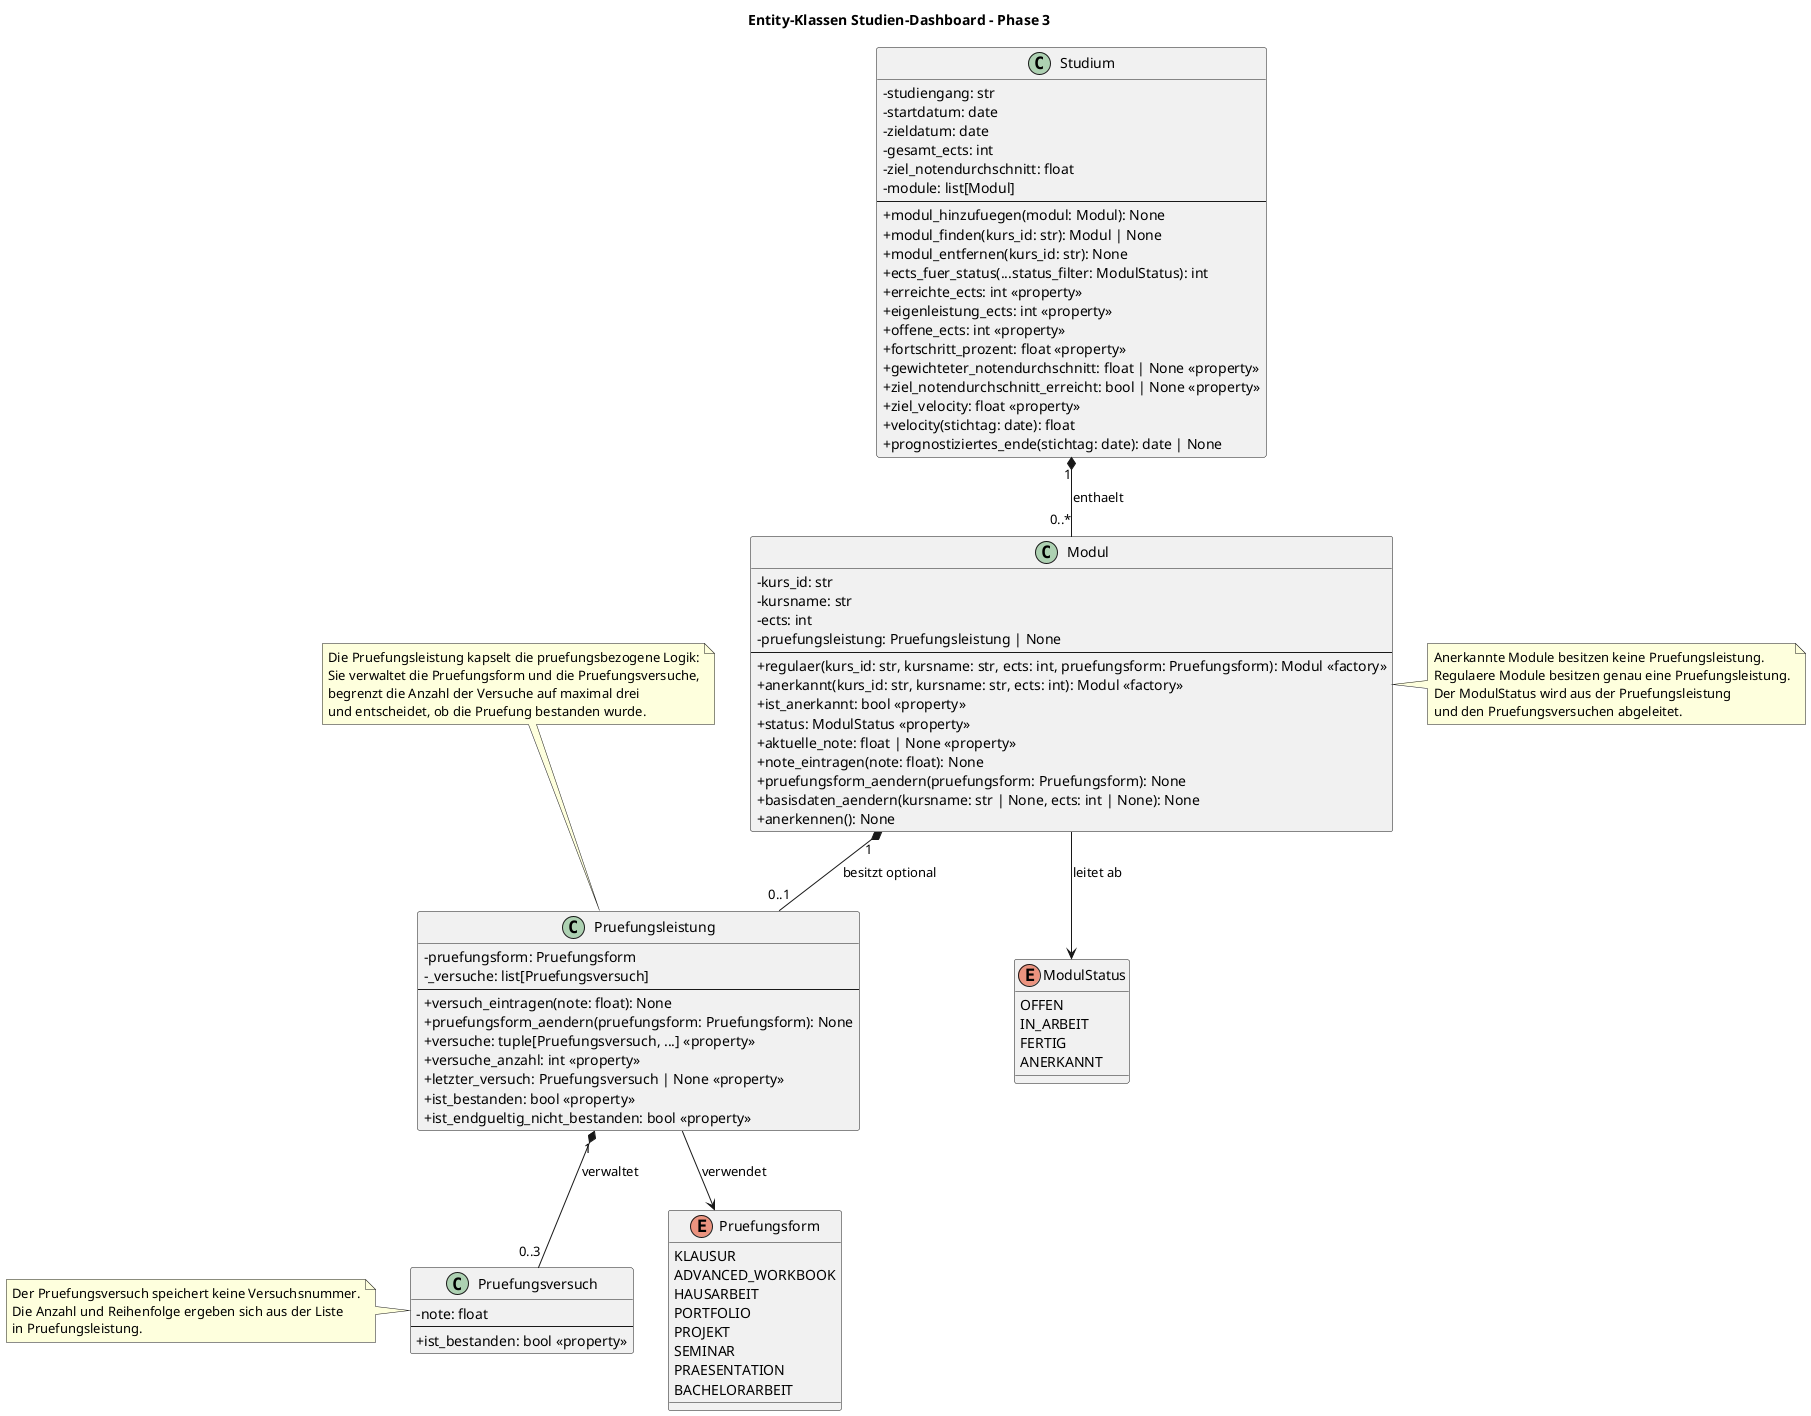
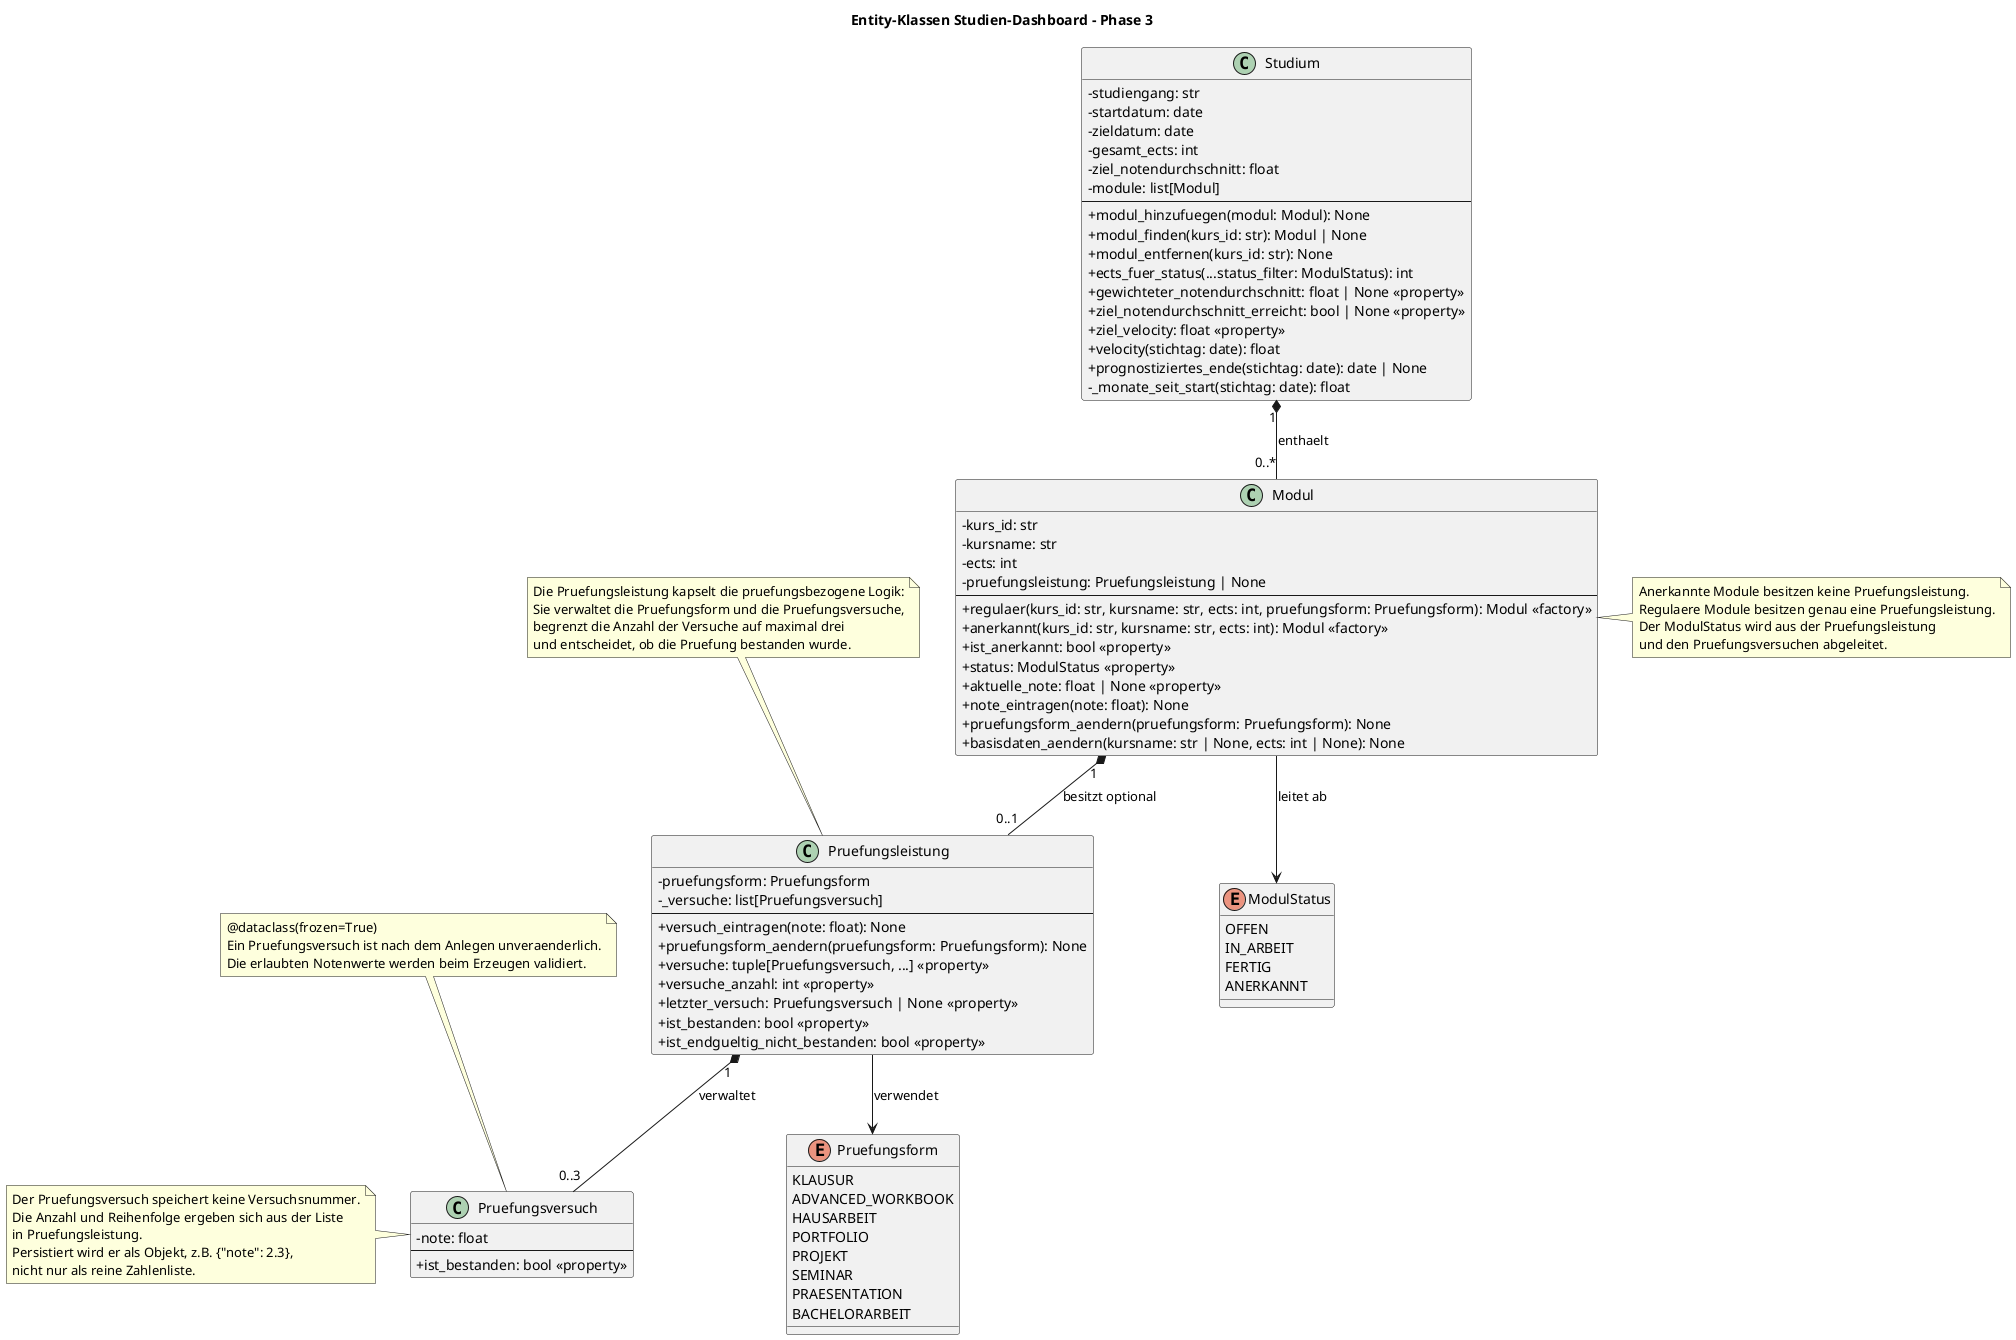
@startuml
skinparam classAttributeIconSize 0

title Entity-Klassen Studien-Dashboard - Phase 3

class Studium {
  - studiengang: str
  - startdatum: date
  - zieldatum: date
  - gesamt_ects: int
  - ziel_notendurchschnitt: float
  - module: list[Modul]
  --
  + modul_hinzufuegen(modul: Modul): None
  + modul_finden(kurs_id: str): Modul | None
  + modul_entfernen(kurs_id: str): None
  + ects_fuer_status(...status_filter: ModulStatus): int
-   + erreichte_ects: int <<property>>
-   + eigenleistung_ects: int <<property>>
-   + offene_ects: int <<property>>
-   + fortschritt_prozent: float <<property>>
  + gewichteter_notendurchschnitt: float | None <<property>>
  + ziel_notendurchschnitt_erreicht: bool | None <<property>>
  + ziel_velocity: float <<property>>
  + velocity(stichtag: date): float
  + prognostiziertes_ende(stichtag: date): date | None
+   - _monate_seit_start(stichtag: date): float
}

class Modul {
  - kurs_id: str
  - kursname: str
  - ects: int
  - pruefungsleistung: Pruefungsleistung | None
  --
  + regulaer(kurs_id: str, kursname: str, ects: int, pruefungsform: Pruefungsform): Modul <<factory>>
  + anerkannt(kurs_id: str, kursname: str, ects: int): Modul <<factory>>
  + ist_anerkannt: bool <<property>>
  + status: ModulStatus <<property>>
  + aktuelle_note: float | None <<property>>
  + note_eintragen(note: float): None
  + pruefungsform_aendern(pruefungsform: Pruefungsform): None
  + basisdaten_aendern(kursname: str | None, ects: int | None): None
-   + anerkennen(): None
}

class Pruefungsleistung {
  - pruefungsform: Pruefungsform
  - _versuche: list[Pruefungsversuch]
  --
  + versuch_eintragen(note: float): None
  + pruefungsform_aendern(pruefungsform: Pruefungsform): None
  + versuche: tuple[Pruefungsversuch, ...] <<property>>
  + versuche_anzahl: int <<property>>
  + letzter_versuch: Pruefungsversuch | None <<property>>
  + ist_bestanden: bool <<property>>
  + ist_endgueltig_nicht_bestanden: bool <<property>>
}

class Pruefungsversuch {
  - note: float
  --
  + ist_bestanden: bool <<property>>
}
+ 
+ note top of Pruefungsversuch
+   @dataclass(frozen=True)
+   Ein Pruefungsversuch ist nach dem Anlegen unveraenderlich.
+   Die erlaubten Notenwerte werden beim Erzeugen validiert.
+ end note

enum Pruefungsform {
  KLAUSUR
  ADVANCED_WORKBOOK
  HAUSARBEIT
  PORTFOLIO
  PROJEKT
  SEMINAR
  PRAESENTATION
  BACHELORARBEIT
}

enum ModulStatus {
  OFFEN
  IN_ARBEIT
  FERTIG
  ANERKANNT
}

Studium "1" *-- "0..*" Modul : enthaelt
Modul "1" *-- "0..1" Pruefungsleistung : besitzt optional
Pruefungsleistung "1" *-- "0..3" Pruefungsversuch : verwaltet

Pruefungsleistung --> Pruefungsform : verwendet
Modul --> ModulStatus : leitet ab

note right of Modul
  Anerkannte Module besitzen keine Pruefungsleistung.
  Regulaere Module besitzen genau eine Pruefungsleistung.
  Der ModulStatus wird aus der Pruefungsleistung
  und den Pruefungsversuchen abgeleitet.
end note

note top of Pruefungsleistung
  Die Pruefungsleistung kapselt die pruefungsbezogene Logik:
  Sie verwaltet die Pruefungsform und die Pruefungsversuche,
  begrenzt die Anzahl der Versuche auf maximal drei
  und entscheidet, ob die Pruefung bestanden wurde.
end note

note left of Pruefungsversuch
  Der Pruefungsversuch speichert keine Versuchsnummer.
  Die Anzahl und Reihenfolge ergeben sich aus der Liste
  in Pruefungsleistung.
+   Persistiert wird er als Objekt, z.B. {"note": 2.3},
+   nicht nur als reine Zahlenliste.
end note

@enduml
